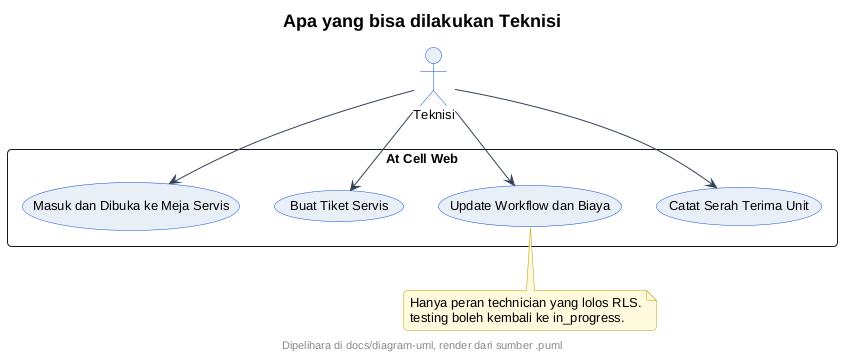
The PlantUML diagram docs/diagram-uml/teknisi/usecase-teknisi.png in neiaki/KP, before a commit. Its diagram source:
```plantuml
@startuml
skinparam backgroundColor #FFFFFF
skinparam shadowing false
skinparam roundcorner 8
skinparam defaultFontName sans-serif
skinparam defaultFontSize 13
skinparam titleFontSize 18
skinparam titleFontStyle bold
skinparam headerFontSize 11
skinparam footerFontSize 11
skinparam noteBackgroundColor #FFF8DC
skinparam noteBorderColor #B89B00
skinparam actorBackgroundColor #E8EEF7
skinparam actorBorderColor #0B4ED8
skinparam participantBackgroundColor #E8EEF7
skinparam participantBorderColor #0B4ED8
skinparam usecaseBackgroundColor #E8EEF7
skinparam usecaseBorderColor #0B4ED8
skinparam classBackgroundColor #E8EEF7
skinparam classBorderColor #0B4ED8
skinparam objectBackgroundColor #EEF3FA
skinparam objectBorderColor #0B4ED8
skinparam activityBackgroundColor #E8EEF7
skinparam activityBorderColor #0B4ED8
skinparam activityDiamondBackgroundColor #FFFFFF
skinparam activityDiamondBorderColor #0B4ED8
skinparam stateBackgroundColor #E8EEF7
skinparam stateBorderColor #0B4ED8
skinparam stateStartColor #0B4ED8
skinparam stateEndColor #0B4ED8
skinparam componentBackgroundColor #E8EEF7
skinparam componentBorderColor #0B4ED8
skinparam cloudBackgroundColor #F2F5FA
skinparam cloudBorderColor #5B6B82
skinparam databaseBackgroundColor #E8EEF7
skinparam databaseBorderColor #0B4ED8
skinparam entityBackgroundColor #E8EEF7
skinparam entityBorderColor #0B4ED8
skinparam sequenceArrowColor #334155
skinparam sequenceLifeLineBorderColor #0B4ED8
skinparam sequenceParticipantBorderColor #0B4ED8
footer Dipelihara di docs/diagram-uml, render dari sumber .puml
title Apa yang bisa dilakukan Teknisi
actor Teknisi as T
rectangle "At Cell Web" {
  usecase "Masuk dan Dibuka ke Meja Servis" as MasukServis
  usecase "Buat Tiket Servis" as BuatTiket
  usecase "Update Workflow dan Biaya" as UpdateTiket
  usecase "Catat Serah Terima Unit" as SerahTerima
}
T --> MasukServis
T --> BuatTiket
T --> UpdateTiket
T --> SerahTerima
note bottom of UpdateTiket
  Hanya peran technician yang lolos RLS.
  testing boleh kembali ke in_progress.
end note
@enduml
```
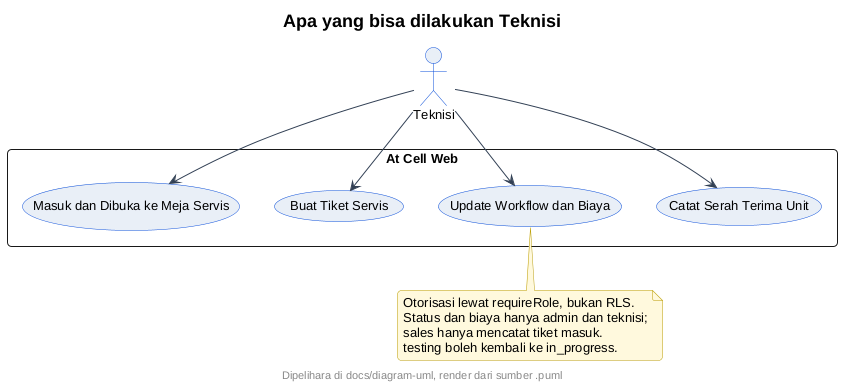
The same diagram one commit later.

What changed in the source:
```diff
@@ -53,7 +53,9 @@
 T --> UpdateTiket
 T --> SerahTerima
 note bottom of UpdateTiket
-  Hanya peran technician yang lolos RLS.
+  Otorisasi lewat requireRole, bukan RLS.
+  Status dan biaya hanya admin dan teknisi;
+  sales hanya mencatat tiket masuk.
   testing boleh kembali ke in_progress.
 end note
 @enduml
```
